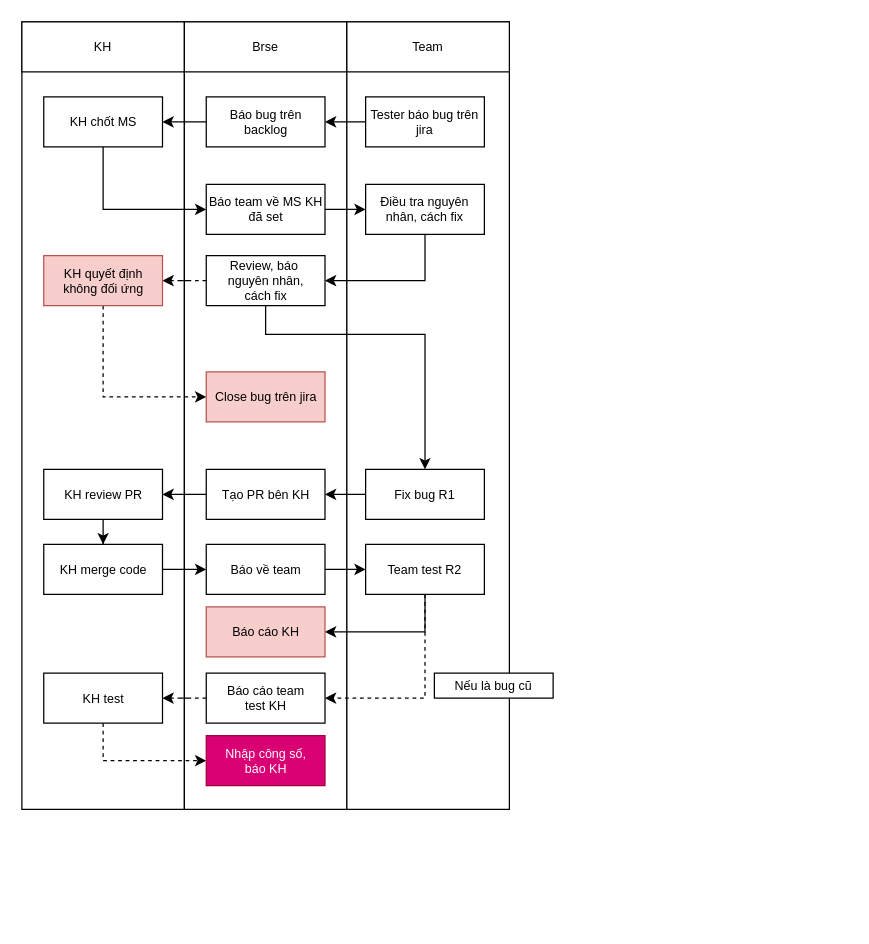
Earlier version of the draw.io diagram page "Bug" (1 of 2) of UML_drawer/flow.drawio (namnguyen5902/UML_drawer). Source tidied: cells renumbered, new cells numbered last; positions are measured from the earlier drawing's top-left corner, leaving out a move shared by most shapes. Both pictures are drawn from the tidied source at 125%, with x=0, y=0 at pixel (21, 21).
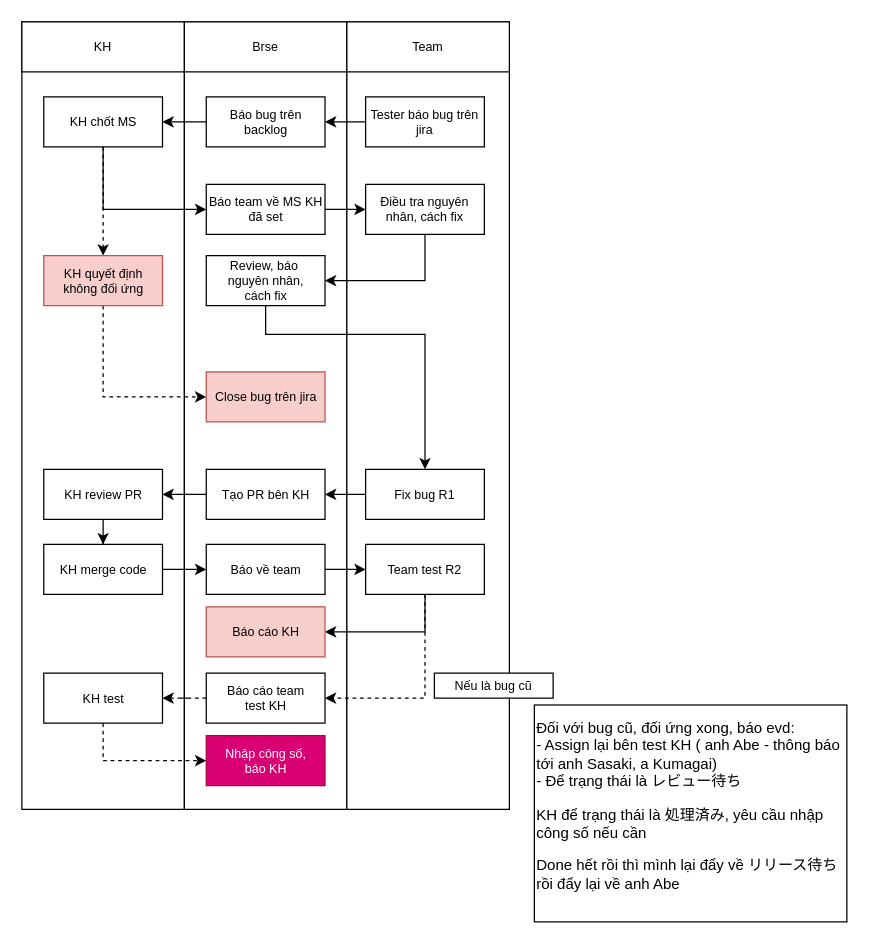
The same page after the edit.

Unchanged cells that the change refers to:
```xml
<mxCell id="12" value="KH chốt MS" style="rounded=0;whiteSpace=wrap;html=1;fontSize=10;" parent="1" vertex="1">
  <mxGeometry x="17.5" y="60" width="95" height="40" as="geometry" />
</mxCell>
<mxCell id="31" value="&lt;div&gt;Review, b&lt;span style=&quot;background-color: initial;&quot;&gt;áo&amp;nbsp;&lt;/span&gt;&lt;/div&gt;&lt;div&gt;&lt;span style=&quot;background-color: initial;&quot;&gt;nguyên nhân,&lt;/span&gt;&lt;/div&gt;&lt;div&gt;cách fix&lt;/div&gt;" style="rounded=0;whiteSpace=wrap;html=1;fontSize=10;" parent="1" vertex="1">
  <mxGeometry x="147.5" y="187" width="95" height="40" as="geometry" />
</mxCell>
<mxCell id="39" value="KH quyết định&lt;div&gt;không đối ứng&lt;/div&gt;" style="rounded=0;whiteSpace=wrap;html=1;fontSize=10;fillColor=#f8cecc;strokeColor=#b85450;" parent="1" vertex="1">
  <mxGeometry x="17.5" y="187" width="95" height="40" as="geometry" />
</mxCell>
```

Change to the diagram source:
```diff
@@
-    <mxCell id="30" style="edgeStyle=orthogonalEdgeStyle;rounded=0;jettySize=auto;html=1;dashed=1;" parent="1" edge="1" source="31" target="39">
+    <mxCell id="30" style="edgeStyle=orthogonalEdgeStyle;rounded=0;jettySize=auto;html=1;dashed=1;exitX=0.5;exitY=1;exitDx=0;exitDy=0;" parent="1" edge="1" source="12" target="39">
       <mxGeometry relative="1" as="geometry" />
     </mxCell>
@@
+    <mxCell id="44" value="&lt;span&gt;Đối với bug cũ, đối ứng xong, báo evd:&lt;/span&gt;&lt;div&gt;&lt;span&gt;- Assign lại bên test KH ( anh Abe - thông báo tới anh Sasaki, a Kumagai)&lt;/span&gt;&lt;/div&gt;&lt;div&gt;&lt;span&gt;- Để trạng thái là レビュー待ち&lt;/span&gt;&lt;/div&gt;&lt;div&gt;&lt;span&gt;&lt;span&gt;&lt;p&gt;KH để trạng thái là 処理済み, yêu cầu nhập công số nếu cần&lt;/p&gt;&lt;p&gt;Done hết rồi thì mình lại đẩy về リリース待ち rồi đẩy lại về anh Abe&amp;nbsp;&lt;/p&gt;&lt;/span&gt;&lt;/span&gt;&lt;/div&gt;" style="rounded=0;whiteSpace=wrap;html=1;align=left;" parent="1" vertex="1">
+      <mxGeometry x="410" y="546.5" width="250" height="173.5" as="geometry" />
+    </mxCell>
```
